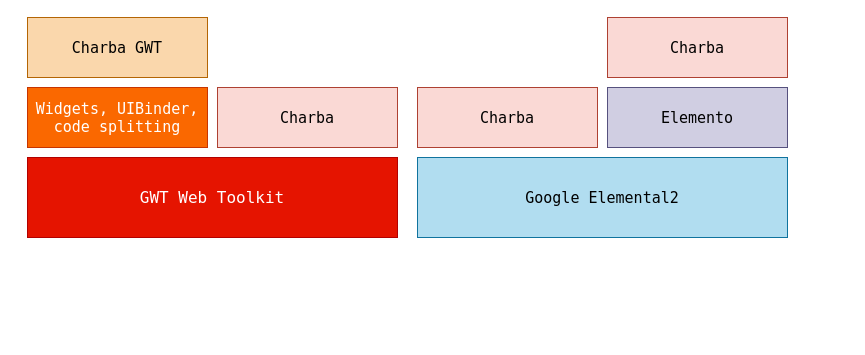
This is static/diagram/charbaDiagram.drawio from pepstock-org/Charba-Wiki, a draw.io file, before an edit. Source tidied: cells renumbered, new cells numbered last; positions are measured from the earlier drawing's top-left corner, leaving out a move shared by most shapes. Both pictures are drawn from the tidied source at 100%, with x=0, y=0 at pixel (27, 17).
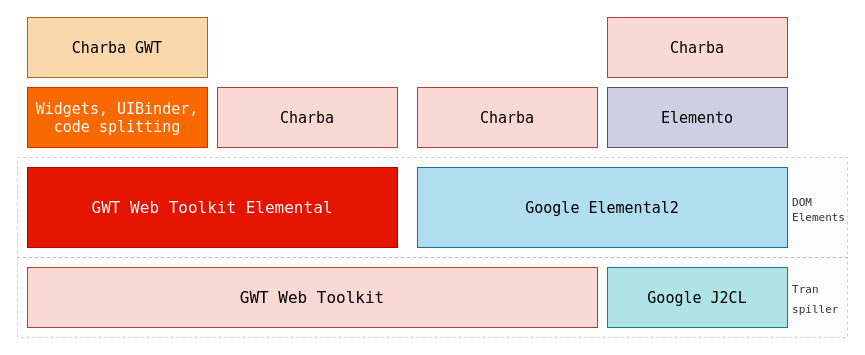
Above is the later version.

Commit message (it also covers changes not shown here):
change charba diagram

Change to the diagram source:
```diff
@@
 <mxGraphModel>
   <root>
     <mxCell id="0" />
     <mxCell id="1" parent="0" />
+    <mxCell id="10" value="&lt;div style=&quot;text-align: justify;&quot;&gt;&lt;span style=&quot;font-size: 11px;&quot;&gt;Tran&lt;/span&gt;&lt;/div&gt;&lt;div style=&quot;text-align: justify;&quot;&gt;&lt;span style=&quot;font-size: 11px;&quot;&gt;spiller&amp;nbsp;&lt;/span&gt;&lt;/div&gt;" style="rounded=0;whiteSpace=wrap;html=1;fillColor=#f5f5f5;strokeColor=#666666;fontFamily=Lucida Console;fontSize=16;align=right;fontColor=#333333;dashed=1;opacity=30;" parent="1" vertex="1">
+      <mxGeometry x="-10" y="240" width="830" height="80" as="geometry" />
+    </mxCell>
+    <mxCell id="11" value="&lt;div style=&quot;text-align: justify;&quot;&gt;&lt;span style=&quot;font-size: 11px; background-color: initial;&quot;&gt;DOM&lt;/span&gt;&lt;/div&gt;&lt;font style=&quot;font-size: 11px;&quot;&gt;&lt;div style=&quot;text-align: justify;&quot;&gt;&lt;span style=&quot;background-color: initial;&quot;&gt;Elements&lt;/span&gt;&lt;/div&gt;&lt;/font&gt;" style="rounded=0;whiteSpace=wrap;html=1;fillColor=#f5f5f5;strokeColor=#666666;fontFamily=Lucida Console;fontSize=16;align=right;fontColor=#333333;dashed=1;gradientColor=none;opacity=30;" parent="1" vertex="1">
+      <mxGeometry x="-10" y="140" width="830" height="100" as="geometry" />
+    </mxCell>
-    <mxCell id="2" value="GWT Web Toolkit" style="rounded=0;whiteSpace=wrap;html=1;fillColor=#e51400;strokeColor=#B20000;fontColor=#ffffff;fontFamily=Lucida Console;fontSize=16;" parent="1" vertex="1">
-      <mxGeometry y="140" width="370" height="80" as="geometry" />
+    <mxCell id="2" value="GWT Web Toolkit Elemental" style="rounded=0;whiteSpace=wrap;html=1;fillColor=#e51400;strokeColor=#B20000;fontColor=#ffffff;fontFamily=Lucida Console;fontSize=16;" parent="1" vertex="1">
+      <mxGeometry y="150" width="370" height="80" as="geometry" />
     </mxCell>
     <mxCell id="3" value="Google Elemental2" style="rounded=0;whiteSpace=wrap;html=1;fillColor=#b1ddf0;strokeColor=#10739e;fontFamily=Lucida Console;fontSize=15;" parent="1" vertex="1">
-      <mxGeometry x="390" y="140" width="370" height="80" as="geometry" />
+      <mxGeometry x="390" y="150" width="370" height="80" as="geometry" />
     </mxCell>
     <mxCell id="4" value="Widgets, UIBinder, code splitting" style="rounded=0;whiteSpace=wrap;html=1;fontFamily=Lucida Console;fontSize=15;fillColor=#fa6800;strokeColor=#C73500;fontColor=#ffffff;" parent="1" vertex="1">
       <mxGeometry y="70" width="180" height="60" as="geometry" />
     </mxCell>
     <mxCell id="5" value="Charba" style="rounded=0;whiteSpace=wrap;html=1;fontFamily=Lucida Console;fontSize=15;fillColor=#fad9d5;strokeColor=#ae4132;" parent="1" vertex="1">
       <mxGeometry x="190" y="70" width="180" height="60" as="geometry" />
     </mxCell>
     <mxCell id="6" value="Charba GWT" style="rounded=0;whiteSpace=wrap;html=1;fontFamily=Lucida Console;fontSize=15;fillColor=#fad7ac;strokeColor=#b46504;" parent="1" vertex="1">
       <mxGeometry width="180" height="60" as="geometry" />
     </mxCell>
     <mxCell id="7" value="Charba" style="rounded=0;whiteSpace=wrap;html=1;fontFamily=Lucida Console;fontSize=15;fillColor=#fad9d5;strokeColor=#ae4132;" parent="1" vertex="1">
       <mxGeometry x="390" y="70" width="180" height="60" as="geometry" />
     </mxCell>
     <mxCell id="8" value="Elemento" style="rounded=0;whiteSpace=wrap;html=1;fontFamily=Lucida Console;fontSize=15;fillColor=#d0cee2;strokeColor=#56517e;" parent="1" vertex="1">
       <mxGeometry x="580" y="70" width="180" height="60" as="geometry" />
     </mxCell>
     <mxCell id="9" value="Charba" style="rounded=0;whiteSpace=wrap;html=1;fontFamily=Lucida Console;fontSize=15;fillColor=#fad9d5;strokeColor=#ae4132;" parent="1" vertex="1">
       <mxGeometry x="580" width="180" height="60" as="geometry" />
     </mxCell>
+    <mxCell id="12" value="GWT Web Toolkit" style="rounded=0;whiteSpace=wrap;html=1;fillColor=#fad9d5;strokeColor=#ae4132;fontFamily=Lucida Console;fontSize=16;" parent="1" vertex="1">
+      <mxGeometry y="250" width="570" height="60" as="geometry" />
+    </mxCell>
+    <mxCell id="13" value="Google J2CL" style="rounded=0;whiteSpace=wrap;html=1;fontFamily=Lucida Console;fontSize=15;fillColor=#b0e3e6;strokeColor=#0e8088;" parent="1" vertex="1">
+      <mxGeometry x="580" y="250" width="180" height="60" as="geometry" />
+    </mxCell>
   </root>
 </mxGraphModel>
```
